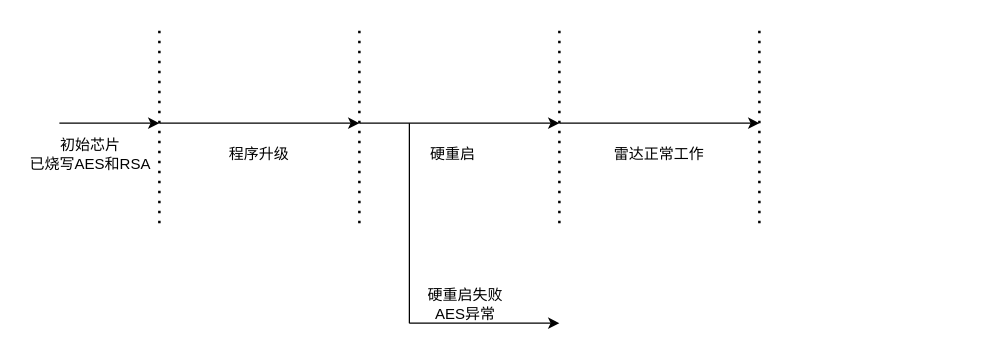
Before: A11-变砖.drawio in shenwangchong/learngit, a draw.io diagram. Source tidied: cells renumbered, new cells numbered last; positions are measured from the earlier drawing's top-left corner, leaving out a move shared by most shapes. Both pictures are drawn from the tidied source at 125%, with x=0, y=0 at pixel (21, 22).
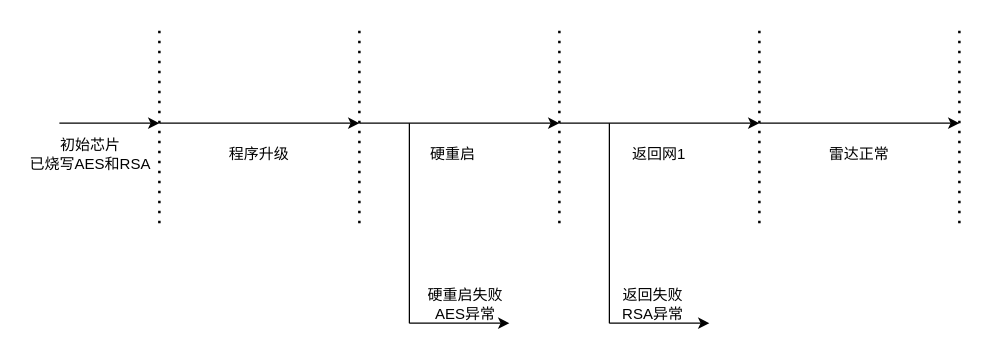
The same page after the edit.

The change refers to these unchanged cells:
```xml
<mxCell id="16" value="硬重启失败&lt;div&gt;AES异常&lt;/div&gt;" style="text;html=1;whiteSpace=wrap;strokeColor=none;fillColor=none;align=center;verticalAlign=middle;rounded=0;" parent="1" vertex="1">
  <mxGeometry x="320" y="210" width="70" height="30" as="geometry" />
</mxCell>
```

Diff of the diagram source:
```diff
@@
-    <mxCell id="13" value="雷达正常工作" style="text;html=1;whiteSpace=wrap;strokeColor=none;fillColor=none;align=center;verticalAlign=middle;rounded=0;" parent="1" vertex="1">
+    <mxCell id="13" value="返回网1" style="text;html=1;whiteSpace=wrap;strokeColor=none;fillColor=none;align=center;verticalAlign=middle;rounded=0;" parent="1" vertex="1">
       <mxGeometry x="460" y="90" width="100" height="30" as="geometry" />
     </mxCell>
@@
-    <mxCell id="15" style="endArrow=classic;html=1;rounded=0;defaultLabelBackgroundColor=page;" parent="1" edge="1">
+    <mxCell id="15" style="endArrow=classic;html=1;rounded=0;defaultLabelBackgroundColor=page;entryX=1;entryY=1;entryDx=0;entryDy=0;" parent="1" edge="1" target="16">
       <mxGeometry relative="1" as="geometry">
         <mxPoint x="310" y="240" as="sourcePoint" />
-        <mxPoint x="430" y="240" as="targetPoint" />
       </mxGeometry>
     </mxCell>
@@
+    <mxCell id="17" style="endArrow=classic;html=1;rounded=0;defaultLabelBackgroundColor=page;" parent="1" edge="1">
+      <mxGeometry relative="1" as="geometry">
+        <mxPoint x="590" y="80" as="sourcePoint" />
+        <mxPoint x="750" y="80" as="targetPoint" />
+      </mxGeometry>
+    </mxCell>
+    <mxCell id="18" style="endArrow=none;dashed=1;html=1;dashPattern=1 3;strokeWidth=2;rounded=0;defaultLabelBackgroundColor=page;" parent="1" edge="1">
+      <mxGeometry relative="1" as="geometry">
+        <mxPoint x="750" y="160" as="sourcePoint" />
+        <mxPoint x="750" as="targetPoint" />
+      </mxGeometry>
+    </mxCell>
+    <mxCell id="19" value="雷达正常" style="text;html=1;whiteSpace=wrap;strokeColor=none;fillColor=none;align=center;verticalAlign=middle;rounded=0;" parent="1" vertex="1">
+      <mxGeometry x="620" y="90" width="100" height="30" as="geometry" />
+    </mxCell>
+    <mxCell id="20" style="endArrow=none;html=1;rounded=0;defaultLabelBackgroundColor=page;" parent="1" edge="1">
+      <mxGeometry relative="1" as="geometry">
+        <mxPoint x="470" y="240" as="sourcePoint" />
+        <mxPoint x="470" y="80" as="targetPoint" />
+      </mxGeometry>
+    </mxCell>
+    <mxCell id="21" style="endArrow=classic;html=1;rounded=0;defaultLabelBackgroundColor=page;" parent="1" edge="1">
+      <mxGeometry relative="1" as="geometry">
+        <mxPoint x="470" y="240" as="sourcePoint" />
+        <mxPoint x="550" y="240" as="targetPoint" />
+      </mxGeometry>
+    </mxCell>
+    <mxCell id="22" value="返回失败&lt;div&gt;RSA异常&lt;/div&gt;" style="text;html=1;whiteSpace=wrap;strokeColor=none;fillColor=none;align=center;verticalAlign=middle;rounded=0;" parent="1" vertex="1">
+      <mxGeometry x="470" y="210" width="70" height="30" as="geometry" />
+    </mxCell>
```
